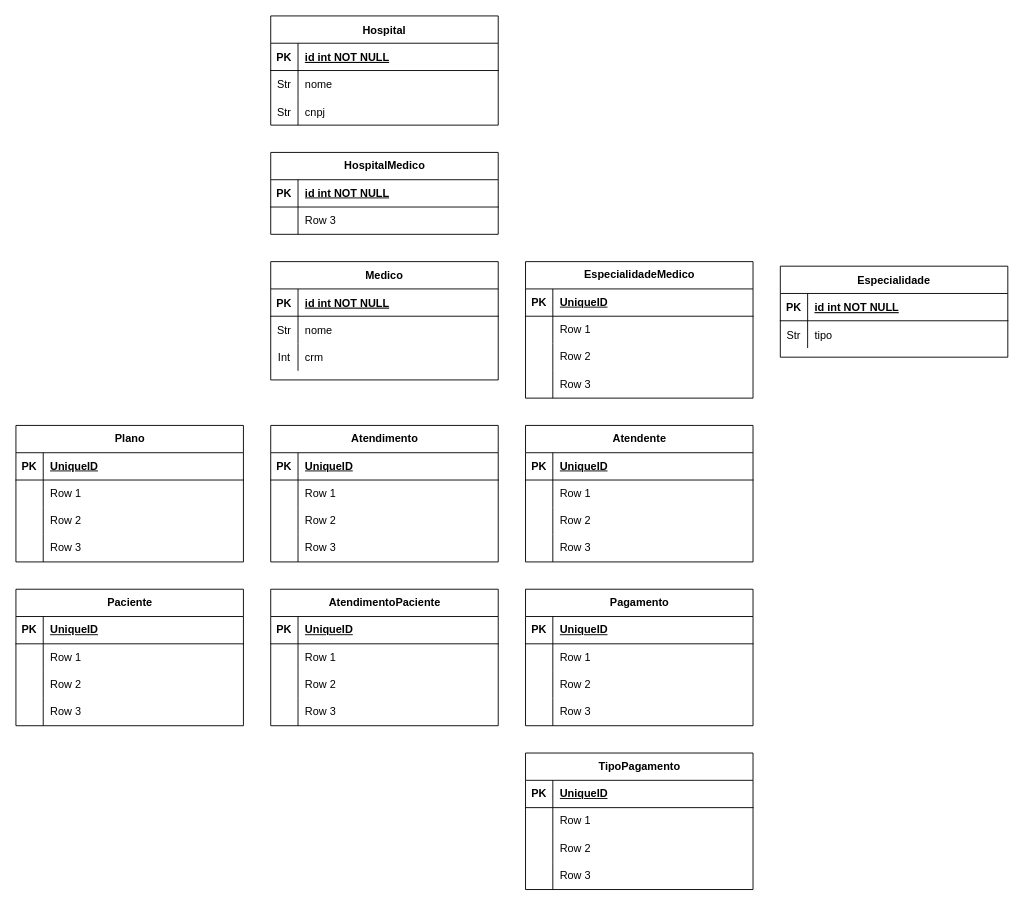
RodrigoCelso/mimedica keeps this draw.io diagram as DiagramaWeb2.drawio. Above is the earlier version. Source tidied: cells renumbered, new cells numbered last; positions are measured from the earlier drawing's top-left corner, leaving out a move shared by most shapes. Both pictures are drawn from the tidied source at 91%, with x=0, y=0 at pixel (15, 15).
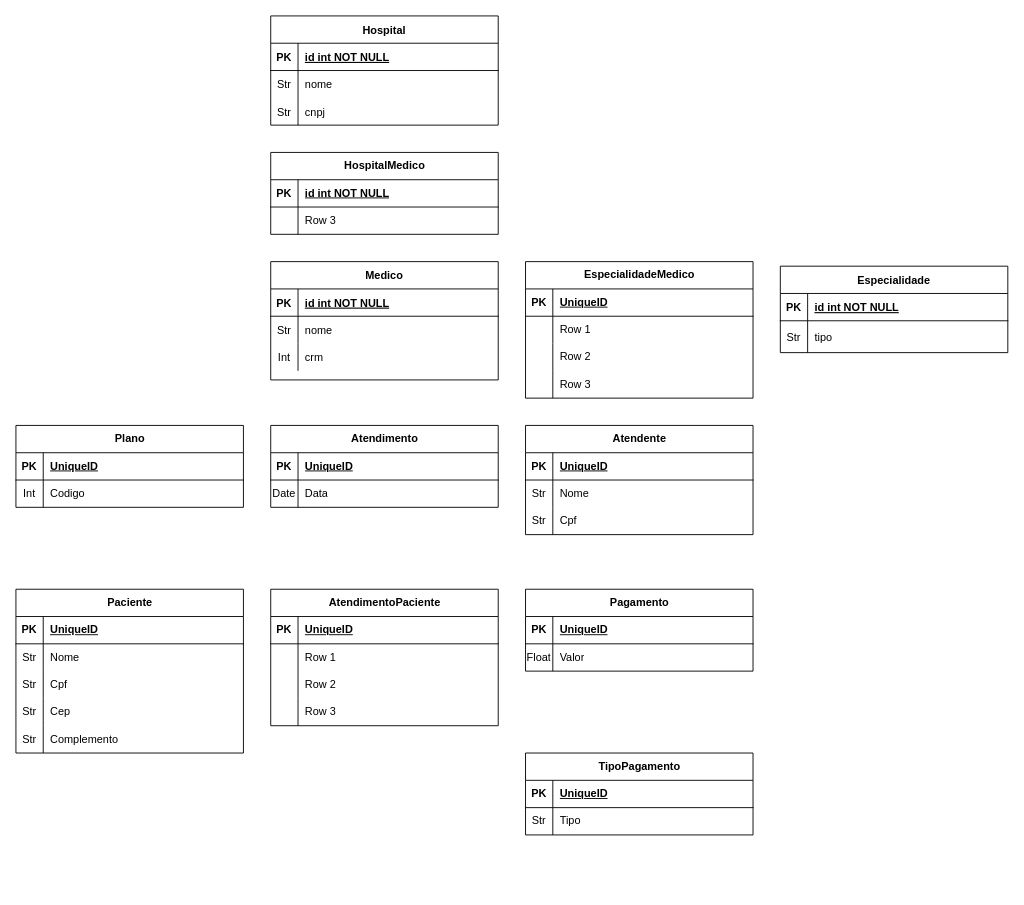
The same diagram, later.

The change refers to these unchanged cells:
```xml
<mxCell id="53" style="shape=tableRow;horizontal=0;startSize=0;swimlaneHead=0;swimlaneBody=0;fillColor=none;top=0;left=0;right=0;bottom=0;" parent="49" vertex="1">
  <mxGeometry y="60" width="250" height="30" as="geometry" />
</mxCell>
<mxCell id="66" style="shape=tableRow;horizontal=0;startSize=0;swimlaneHead=0;swimlaneBody=0;fillColor=none;top=0;left=0;right=0;bottom=0;" parent="62" vertex="1">
  <mxGeometry y="60" width="250" height="30" as="geometry" />
</mxCell>
<mxCell id="69" style="shape=tableRow;horizontal=0;startSize=0;swimlaneHead=0;swimlaneBody=0;fillColor=none;top=0;left=0;right=0;bottom=0;" parent="62" vertex="1">
  <mxGeometry y="90" width="250" height="30" as="geometry" />
</mxCell>
<mxCell id="92" style="shape=tableRow;horizontal=0;startSize=0;swimlaneHead=0;swimlaneBody=0;fillColor=none;top=0;left=0;right=0;bottom=0;" parent="88" vertex="1">
  <mxGeometry y="60" width="250" height="30" as="geometry" />
</mxCell>
<mxCell id="105" style="shape=tableRow;horizontal=0;startSize=0;swimlaneHead=0;swimlaneBody=0;fillColor=none;top=0;left=0;right=0;bottom=0;" parent="101" vertex="1">
  <mxGeometry y="60" width="250" height="30" as="geometry" />
</mxCell>
<mxCell id="118" style="shape=tableRow;horizontal=0;startSize=0;swimlaneHead=0;swimlaneBody=0;fillColor=none;top=0;left=0;right=0;bottom=0;" parent="114" vertex="1">
  <mxGeometry y="60" width="250" height="30" as="geometry" />
</mxCell>
<mxCell id="121" style="shape=tableRow;horizontal=0;startSize=0;swimlaneHead=0;swimlaneBody=0;fillColor=none;top=0;left=0;right=0;bottom=0;" parent="114" vertex="1">
  <mxGeometry y="90" width="250" height="30" as="geometry" />
</mxCell>
<mxCell id="124" style="shape=tableRow;horizontal=0;startSize=0;swimlaneHead=0;swimlaneBody=0;fillColor=none;top=0;left=0;right=0;bottom=0;" parent="114" vertex="1">
  <mxGeometry y="120" width="250" height="30" as="geometry" />
</mxCell>
<mxCell id="131" style="shape=tableRow;horizontal=0;startSize=0;swimlaneHead=0;swimlaneBody=0;fillColor=none;top=0;left=0;right=0;bottom=0;" parent="127" vertex="1">
  <mxGeometry y="60" width="250" height="30" as="geometry" />
</mxCell>
```

Diff of the diagram source:
```diff
@@
     <mxCell id="12" value="Especialidade" style="shape=table;startSize=30;childLayout=tableLayout;rowLines=0;fontStyle=1;align=center;" parent="1" vertex="1">
-      <mxGeometry x="840" y="275" width="250" height="100" as="geometry" />
+      <mxGeometry x="840" y="275" width="250" height="95" as="geometry" />
     </mxCell>
@@
     <mxCell id="16" style="shape=partialRectangle;fillColor=none;top=0;left=0;right=0;bottom=0;" parent="12" vertex="1">
-      <mxGeometry y="60" width="250" height="30" as="geometry" />
+      <mxGeometry y="60" width="250" height="35" as="geometry" />
     </mxCell>
     <mxCell id="17" value="Str" style="shape=partialRectangle;overflow=hidden;fillColor=none;top=0;left=0;bottom=0;right=0;" parent="16" vertex="1">
-      <mxGeometry width="30" height="30" as="geometry" />
+      <mxGeometry width="30" height="35" as="geometry" />
     </mxCell>
     <mxCell id="18" value="tipo" style="shape=partialRectangle;overflow=hidden;fillColor=none;top=0;left=0;bottom=0;right=0;align=left;spacingLeft=6;" parent="16" vertex="1">
-      <mxGeometry x="30" width="220" height="30" as="geometry" />
+      <mxGeometry x="30" width="220" height="35" as="geometry" />
     </mxCell>
@@
     <mxCell id="49" value="&lt;div&gt;Atendimento&lt;/div&gt;" style="shape=table;startSize=30;childLayout=tableLayout;rowLines=0;fontStyle=1;align=center;html=1;" parent="1" vertex="1">
-      <mxGeometry x="280" y="450" width="250" height="150" as="geometry" />
+      <mxGeometry x="280" y="450" width="250" height="90" as="geometry" />
     </mxCell>
@@
-    <mxCell id="54" style="shape=partialRectangle;fillColor=none;top=0;left=0;bottom=0;right=0;overflow=hidden;whiteSpace=wrap;html=1;" parent="53" vertex="1">
+    <mxCell id="54" value="Date" style="shape=partialRectangle;fillColor=none;top=0;left=0;bottom=0;right=0;overflow=hidden;whiteSpace=wrap;html=1;" parent="53" vertex="1">
       <mxGeometry width="30" height="30" as="geometry" />
     </mxCell>
-    <mxCell id="55" value="Row 1" style="shape=partialRectangle;fillColor=none;top=0;left=0;bottom=0;right=0;align=left;spacingLeft=6;overflow=hidden;whiteSpace=wrap;html=1;" parent="53" vertex="1">
+    <mxCell id="55" value="Data" style="shape=partialRectangle;fillColor=none;top=0;left=0;bottom=0;right=0;align=left;spacingLeft=6;overflow=hidden;whiteSpace=wrap;html=1;" parent="53" vertex="1">
       <mxGeometry x="30" width="220" height="30" as="geometry" />
     </mxCell>
-    <mxCell id="56" style="shape=tableRow;horizontal=0;startSize=0;swimlaneHead=0;swimlaneBody=0;fillColor=none;top=0;left=0;right=0;bottom=0;" parent="49" vertex="1">
-      <mxGeometry y="90" width="250" height="30" as="geometry" />
-    </mxCell>
-    <mxCell id="57" style="shape=partialRectangle;fillColor=none;top=0;left=0;bottom=0;right=0;overflow=hidden;whiteSpace=wrap;html=1;" parent="56" vertex="1">
-      <mxGeometry width="30" height="30" as="geometry" />
-    </mxCell>
-    <mxCell id="58" value="Row 2" style="shape=partialRectangle;fillColor=none;top=0;left=0;bottom=0;right=0;align=left;spacingLeft=6;overflow=hidden;whiteSpace=wrap;html=1;" parent="56" vertex="1">
-      <mxGeometry x="30" width="220" height="30" as="geometry" />
-    </mxCell>
-    <mxCell id="59" style="shape=tableRow;horizontal=0;startSize=0;swimlaneHead=0;swimlaneBody=0;fillColor=none;top=0;left=0;right=0;bottom=0;" parent="49" vertex="1">
-      <mxGeometry y="120" width="250" height="30" as="geometry" />
-    </mxCell>
-    <mxCell id="60" style="shape=partialRectangle;fillColor=none;top=0;left=0;bottom=0;right=0;overflow=hidden;whiteSpace=wrap;html=1;" parent="59" vertex="1">
-      <mxGeometry width="30" height="30" as="geometry" />
-    </mxCell>
-    <mxCell id="61" value="Row 3" style="shape=partialRectangle;fillColor=none;top=0;left=0;bottom=0;right=0;align=left;spacingLeft=6;overflow=hidden;whiteSpace=wrap;html=1;" parent="59" vertex="1">
-      <mxGeometry x="30" width="220" height="30" as="geometry" />
-    </mxCell>
     <mxCell id="62" value="&lt;div&gt;Atendente&lt;/div&gt;" style="shape=table;startSize=30;childLayout=tableLayout;rowLines=0;fontStyle=1;align=center;html=1;" parent="1" vertex="1">
-      <mxGeometry x="560" y="450" width="250" height="150" as="geometry" />
+      <mxGeometry x="560" y="450" width="250" height="120" as="geometry" />
     </mxCell>
@@
-    <mxCell id="67" style="shape=partialRectangle;fillColor=none;top=0;left=0;bottom=0;right=0;overflow=hidden;whiteSpace=wrap;html=1;" parent="66" vertex="1">
+    <mxCell id="67" value="Str" style="shape=partialRectangle;fillColor=none;top=0;left=0;bottom=0;right=0;overflow=hidden;whiteSpace=wrap;html=1;" parent="66" vertex="1">
       <mxGeometry width="30" height="30" as="geometry" />
     </mxCell>
-    <mxCell id="68" value="Row 1" style="shape=partialRectangle;fillColor=none;top=0;left=0;bottom=0;right=0;align=left;spacingLeft=6;overflow=hidden;whiteSpace=wrap;html=1;" parent="66" vertex="1">
+    <mxCell id="68" value="&lt;div&gt;Nome&lt;/div&gt;" style="shape=partialRectangle;fillColor=none;top=0;left=0;bottom=0;right=0;align=left;spacingLeft=6;overflow=hidden;whiteSpace=wrap;html=1;" parent="66" vertex="1">
       <mxGeometry x="30" width="220" height="30" as="geometry" />
     </mxCell>
@@
-    <mxCell id="70" style="shape=partialRectangle;fillColor=none;top=0;left=0;bottom=0;right=0;overflow=hidden;whiteSpace=wrap;html=1;" parent="69" vertex="1">
+    <mxCell id="70" value="Str" style="shape=partialRectangle;fillColor=none;top=0;left=0;bottom=0;right=0;overflow=hidden;whiteSpace=wrap;html=1;" parent="69" vertex="1">
       <mxGeometry width="30" height="30" as="geometry" />
     </mxCell>
-    <mxCell id="71" value="Row 2" style="shape=partialRectangle;fillColor=none;top=0;left=0;bottom=0;right=0;align=left;spacingLeft=6;overflow=hidden;whiteSpace=wrap;html=1;" parent="69" vertex="1">
+    <mxCell id="71" value="&lt;div&gt;Cpf&lt;/div&gt;" style="shape=partialRectangle;fillColor=none;top=0;left=0;bottom=0;right=0;align=left;spacingLeft=6;overflow=hidden;whiteSpace=wrap;html=1;" parent="69" vertex="1">
       <mxGeometry x="30" width="220" height="30" as="geometry" />
     </mxCell>
-    <mxCell id="72" style="shape=tableRow;horizontal=0;startSize=0;swimlaneHead=0;swimlaneBody=0;fillColor=none;top=0;left=0;right=0;bottom=0;" parent="62" vertex="1">
-      <mxGeometry y="120" width="250" height="30" as="geometry" />
-    </mxCell>
-    <mxCell id="73" style="shape=partialRectangle;fillColor=none;top=0;left=0;bottom=0;right=0;overflow=hidden;whiteSpace=wrap;html=1;" parent="72" vertex="1">
-      <mxGeometry width="30" height="30" as="geometry" />
-    </mxCell>
-    <mxCell id="74" value="Row 3" style="shape=partialRectangle;fillColor=none;top=0;left=0;bottom=0;right=0;align=left;spacingLeft=6;overflow=hidden;whiteSpace=wrap;html=1;" parent="72" vertex="1">
-      <mxGeometry x="30" width="220" height="30" as="geometry" />
-    </mxCell>
@@
     <mxCell id="88" value="&lt;div&gt;Pagamento&lt;/div&gt;" style="shape=table;startSize=30;childLayout=tableLayout;rowLines=0;fontStyle=1;align=center;html=1;" parent="1" vertex="1">
-      <mxGeometry x="560" y="630" width="250" height="150" as="geometry" />
+      <mxGeometry x="560" y="630" width="250" height="90" as="geometry" />
     </mxCell>
@@
-    <mxCell id="93" style="shape=partialRectangle;fillColor=none;top=0;left=0;bottom=0;right=0;overflow=hidden;whiteSpace=wrap;html=1;" parent="92" vertex="1">
+    <mxCell id="93" value="Float" style="shape=partialRectangle;fillColor=none;top=0;left=0;bottom=0;right=0;overflow=hidden;whiteSpace=wrap;html=1;" parent="92" vertex="1">
       <mxGeometry width="30" height="30" as="geometry" />
     </mxCell>
-    <mxCell id="94" value="Row 1" style="shape=partialRectangle;fillColor=none;top=0;left=0;bottom=0;right=0;align=left;spacingLeft=6;overflow=hidden;whiteSpace=wrap;html=1;" parent="92" vertex="1">
+    <mxCell id="94" value="Valor" style="shape=partialRectangle;fillColor=none;top=0;left=0;bottom=0;right=0;align=left;spacingLeft=6;overflow=hidden;whiteSpace=wrap;html=1;" parent="92" vertex="1">
       <mxGeometry x="30" width="220" height="30" as="geometry" />
     </mxCell>
-    <mxCell id="95" style="shape=tableRow;horizontal=0;startSize=0;swimlaneHead=0;swimlaneBody=0;fillColor=none;top=0;left=0;right=0;bottom=0;" parent="88" vertex="1">
-      <mxGeometry y="90" width="250" height="30" as="geometry" />
-    </mxCell>
-    <mxCell id="96" style="shape=partialRectangle;fillColor=none;top=0;left=0;bottom=0;right=0;overflow=hidden;whiteSpace=wrap;html=1;" parent="95" vertex="1">
-      <mxGeometry width="30" height="30" as="geometry" />
-    </mxCell>
-    <mxCell id="97" value="Row 2" style="shape=partialRectangle;fillColor=none;top=0;left=0;bottom=0;right=0;align=left;spacingLeft=6;overflow=hidden;whiteSpace=wrap;html=1;" parent="95" vertex="1">
-      <mxGeometry x="30" width="220" height="30" as="geometry" />
-    </mxCell>
-    <mxCell id="98" style="shape=tableRow;horizontal=0;startSize=0;swimlaneHead=0;swimlaneBody=0;fillColor=none;top=0;left=0;right=0;bottom=0;" parent="88" vertex="1">
-      <mxGeometry y="120" width="250" height="30" as="geometry" />
-    </mxCell>
-    <mxCell id="99" style="shape=partialRectangle;fillColor=none;top=0;left=0;bottom=0;right=0;overflow=hidden;whiteSpace=wrap;html=1;" parent="98" vertex="1">
-      <mxGeometry width="30" height="30" as="geometry" />
-    </mxCell>
-    <mxCell id="100" value="Row 3" style="shape=partialRectangle;fillColor=none;top=0;left=0;bottom=0;right=0;align=left;spacingLeft=6;overflow=hidden;whiteSpace=wrap;html=1;" parent="98" vertex="1">
-      <mxGeometry x="30" width="220" height="30" as="geometry" />
-    </mxCell>
     <mxCell id="101" value="&lt;div&gt;TipoPagamento&lt;/div&gt;" style="shape=table;startSize=30;childLayout=tableLayout;rowLines=0;fontStyle=1;align=center;html=1;" parent="1" vertex="1">
-      <mxGeometry x="560" y="810" width="250" height="150" as="geometry" />
+      <mxGeometry x="560" y="810" width="250" height="90" as="geometry" />
     </mxCell>
@@
-    <mxCell id="106" style="shape=partialRectangle;fillColor=none;top=0;left=0;bottom=0;right=0;overflow=hidden;whiteSpace=wrap;html=1;" parent="105" vertex="1">
+    <mxCell id="106" value="&lt;div&gt;Str&lt;/div&gt;" style="shape=partialRectangle;fillColor=none;top=0;left=0;bottom=0;right=0;overflow=hidden;whiteSpace=wrap;html=1;" parent="105" vertex="1">
       <mxGeometry width="30" height="30" as="geometry" />
     </mxCell>
-    <mxCell id="107" value="Row 1" style="shape=partialRectangle;fillColor=none;top=0;left=0;bottom=0;right=0;align=left;spacingLeft=6;overflow=hidden;whiteSpace=wrap;html=1;" parent="105" vertex="1">
+    <mxCell id="107" value="Tipo" style="shape=partialRectangle;fillColor=none;top=0;left=0;bottom=0;right=0;align=left;spacingLeft=6;overflow=hidden;whiteSpace=wrap;html=1;" parent="105" vertex="1">
       <mxGeometry x="30" width="220" height="30" as="geometry" />
     </mxCell>
-    <mxCell id="108" style="shape=tableRow;horizontal=0;startSize=0;swimlaneHead=0;swimlaneBody=0;fillColor=none;top=0;left=0;right=0;bottom=0;" parent="101" vertex="1">
-      <mxGeometry y="90" width="250" height="30" as="geometry" />
-    </mxCell>
-    <mxCell id="109" style="shape=partialRectangle;fillColor=none;top=0;left=0;bottom=0;right=0;overflow=hidden;whiteSpace=wrap;html=1;" parent="108" vertex="1">
-      <mxGeometry width="30" height="30" as="geometry" />
-    </mxCell>
-    <mxCell id="110" value="Row 2" style="shape=partialRectangle;fillColor=none;top=0;left=0;bottom=0;right=0;align=left;spacingLeft=6;overflow=hidden;whiteSpace=wrap;html=1;" parent="108" vertex="1">
-      <mxGeometry x="30" width="220" height="30" as="geometry" />
-    </mxCell>
-    <mxCell id="111" style="shape=tableRow;horizontal=0;startSize=0;swimlaneHead=0;swimlaneBody=0;fillColor=none;top=0;left=0;right=0;bottom=0;" parent="101" vertex="1">
-      <mxGeometry y="120" width="250" height="30" as="geometry" />
-    </mxCell>
-    <mxCell id="112" style="shape=partialRectangle;fillColor=none;top=0;left=0;bottom=0;right=0;overflow=hidden;whiteSpace=wrap;html=1;" parent="111" vertex="1">
-      <mxGeometry width="30" height="30" as="geometry" />
-    </mxCell>
-    <mxCell id="113" value="Row 3" style="shape=partialRectangle;fillColor=none;top=0;left=0;bottom=0;right=0;align=left;spacingLeft=6;overflow=hidden;whiteSpace=wrap;html=1;" parent="111" vertex="1">
-      <mxGeometry x="30" width="220" height="30" as="geometry" />
-    </mxCell>
     <mxCell id="114" value="Paciente" style="shape=table;startSize=30;childLayout=tableLayout;rowLines=0;fontStyle=1;align=center;html=1;" parent="1" vertex="1">
-      <mxGeometry y="630" width="250" height="150" as="geometry" />
+      <mxGeometry y="630" width="250" height="180" as="geometry" />
     </mxCell>
@@
-    <mxCell id="119" style="shape=partialRectangle;fillColor=none;top=0;left=0;bottom=0;right=0;overflow=hidden;whiteSpace=wrap;html=1;" parent="118" vertex="1">
+    <mxCell id="119" value="Str" style="shape=partialRectangle;fillColor=none;top=0;left=0;bottom=0;right=0;overflow=hidden;whiteSpace=wrap;html=1;" parent="118" vertex="1">
       <mxGeometry width="30" height="30" as="geometry" />
     </mxCell>
-    <mxCell id="120" value="Row 1" style="shape=partialRectangle;fillColor=none;top=0;left=0;bottom=0;right=0;align=left;spacingLeft=6;overflow=hidden;whiteSpace=wrap;html=1;" parent="118" vertex="1">
+    <mxCell id="120" value="Nome" style="shape=partialRectangle;fillColor=none;top=0;left=0;bottom=0;right=0;align=left;spacingLeft=6;overflow=hidden;whiteSpace=wrap;html=1;" parent="118" vertex="1">
       <mxGeometry x="30" width="220" height="30" as="geometry" />
     </mxCell>
@@
-    <mxCell id="122" style="shape=partialRectangle;fillColor=none;top=0;left=0;bottom=0;right=0;overflow=hidden;whiteSpace=wrap;html=1;" parent="121" vertex="1">
+    <mxCell id="122" value="Str" style="shape=partialRectangle;fillColor=none;top=0;left=0;bottom=0;right=0;overflow=hidden;whiteSpace=wrap;html=1;" parent="121" vertex="1">
       <mxGeometry width="30" height="30" as="geometry" />
     </mxCell>
-    <mxCell id="123" value="Row 2" style="shape=partialRectangle;fillColor=none;top=0;left=0;bottom=0;right=0;align=left;spacingLeft=6;overflow=hidden;whiteSpace=wrap;html=1;" parent="121" vertex="1">
+    <mxCell id="123" value="Cpf" style="shape=partialRectangle;fillColor=none;top=0;left=0;bottom=0;right=0;align=left;spacingLeft=6;overflow=hidden;whiteSpace=wrap;html=1;" parent="121" vertex="1">
       <mxGeometry x="30" width="220" height="30" as="geometry" />
     </mxCell>
@@
-    <mxCell id="125" style="shape=partialRectangle;fillColor=none;top=0;left=0;bottom=0;right=0;overflow=hidden;whiteSpace=wrap;html=1;" parent="124" vertex="1">
+    <mxCell id="125" value="Str" style="shape=partialRectangle;fillColor=none;top=0;left=0;bottom=0;right=0;overflow=hidden;whiteSpace=wrap;html=1;" parent="124" vertex="1">
       <mxGeometry width="30" height="30" as="geometry" />
     </mxCell>
-    <mxCell id="126" value="Row 3" style="shape=partialRectangle;fillColor=none;top=0;left=0;bottom=0;right=0;align=left;spacingLeft=6;overflow=hidden;whiteSpace=wrap;html=1;" parent="124" vertex="1">
+    <mxCell id="126" value="Cep" style="shape=partialRectangle;fillColor=none;top=0;left=0;bottom=0;right=0;align=left;spacingLeft=6;overflow=hidden;whiteSpace=wrap;html=1;" parent="124" vertex="1">
       <mxGeometry x="30" width="220" height="30" as="geometry" />
     </mxCell>
+    <mxCell id="140" style="shape=tableRow;horizontal=0;startSize=0;swimlaneHead=0;swimlaneBody=0;fillColor=none;top=0;left=0;right=0;bottom=0;" parent="114" vertex="1">
+      <mxGeometry y="150" width="250" height="30" as="geometry" />
+    </mxCell>
+    <mxCell id="141" value="Str" style="shape=partialRectangle;fillColor=none;top=0;left=0;bottom=0;right=0;overflow=hidden;" parent="140" vertex="1">
+      <mxGeometry width="30" height="30" as="geometry" />
+    </mxCell>
+    <mxCell id="142" value="Complemento" style="shape=partialRectangle;fillColor=none;top=0;left=0;bottom=0;right=0;align=left;spacingLeft=6;overflow=hidden;" parent="140" vertex="1">
+      <mxGeometry x="30" width="220" height="30" as="geometry" />
+    </mxCell>
     <mxCell id="127" value="Plano" style="shape=table;startSize=30;childLayout=tableLayout;rowLines=0;fontStyle=1;align=center;html=1;" parent="1" vertex="1">
-      <mxGeometry y="450" width="250" height="150" as="geometry" />
+      <mxGeometry y="450" width="250" height="90" as="geometry" />
     </mxCell>
@@
-    <mxCell id="132" style="shape=partialRectangle;fillColor=none;top=0;left=0;bottom=0;right=0;overflow=hidden;whiteSpace=wrap;html=1;" parent="131" vertex="1">
+    <mxCell id="132" value="Int" style="shape=partialRectangle;fillColor=none;top=0;left=0;bottom=0;right=0;overflow=hidden;whiteSpace=wrap;html=1;" parent="131" vertex="1">
       <mxGeometry width="30" height="30" as="geometry" />
     </mxCell>
-    <mxCell id="133" value="Row 1" style="shape=partialRectangle;fillColor=none;top=0;left=0;bottom=0;right=0;align=left;spacingLeft=6;overflow=hidden;whiteSpace=wrap;html=1;" parent="131" vertex="1">
+    <mxCell id="133" value="&lt;div&gt;Codigo&lt;/div&gt;" style="shape=partialRectangle;fillColor=none;top=0;left=0;bottom=0;right=0;align=left;spacingLeft=6;overflow=hidden;whiteSpace=wrap;html=1;" parent="131" vertex="1">
       <mxGeometry x="30" width="220" height="30" as="geometry" />
     </mxCell>
-    <mxCell id="134" style="shape=tableRow;horizontal=0;startSize=0;swimlaneHead=0;swimlaneBody=0;fillColor=none;top=0;left=0;right=0;bottom=0;" parent="127" vertex="1">
-      <mxGeometry y="90" width="250" height="30" as="geometry" />
-    </mxCell>
-    <mxCell id="135" style="shape=partialRectangle;fillColor=none;top=0;left=0;bottom=0;right=0;overflow=hidden;whiteSpace=wrap;html=1;" parent="134" vertex="1">
-      <mxGeometry width="30" height="30" as="geometry" />
-    </mxCell>
-    <mxCell id="136" value="Row 2" style="shape=partialRectangle;fillColor=none;top=0;left=0;bottom=0;right=0;align=left;spacingLeft=6;overflow=hidden;whiteSpace=wrap;html=1;" parent="134" vertex="1">
-      <mxGeometry x="30" width="220" height="30" as="geometry" />
-    </mxCell>
-    <mxCell id="137" style="shape=tableRow;horizontal=0;startSize=0;swimlaneHead=0;swimlaneBody=0;fillColor=none;top=0;left=0;right=0;bottom=0;" parent="127" vertex="1">
-      <mxGeometry y="120" width="250" height="30" as="geometry" />
-    </mxCell>
-    <mxCell id="138" style="shape=partialRectangle;fillColor=none;top=0;left=0;bottom=0;right=0;overflow=hidden;whiteSpace=wrap;html=1;" parent="137" vertex="1">
-      <mxGeometry width="30" height="30" as="geometry" />
-    </mxCell>
-    <mxCell id="139" value="Row 3" style="shape=partialRectangle;fillColor=none;top=0;left=0;bottom=0;right=0;align=left;spacingLeft=6;overflow=hidden;whiteSpace=wrap;html=1;" parent="137" vertex="1">
-      <mxGeometry x="30" width="220" height="30" as="geometry" />
-    </mxCell>
```
